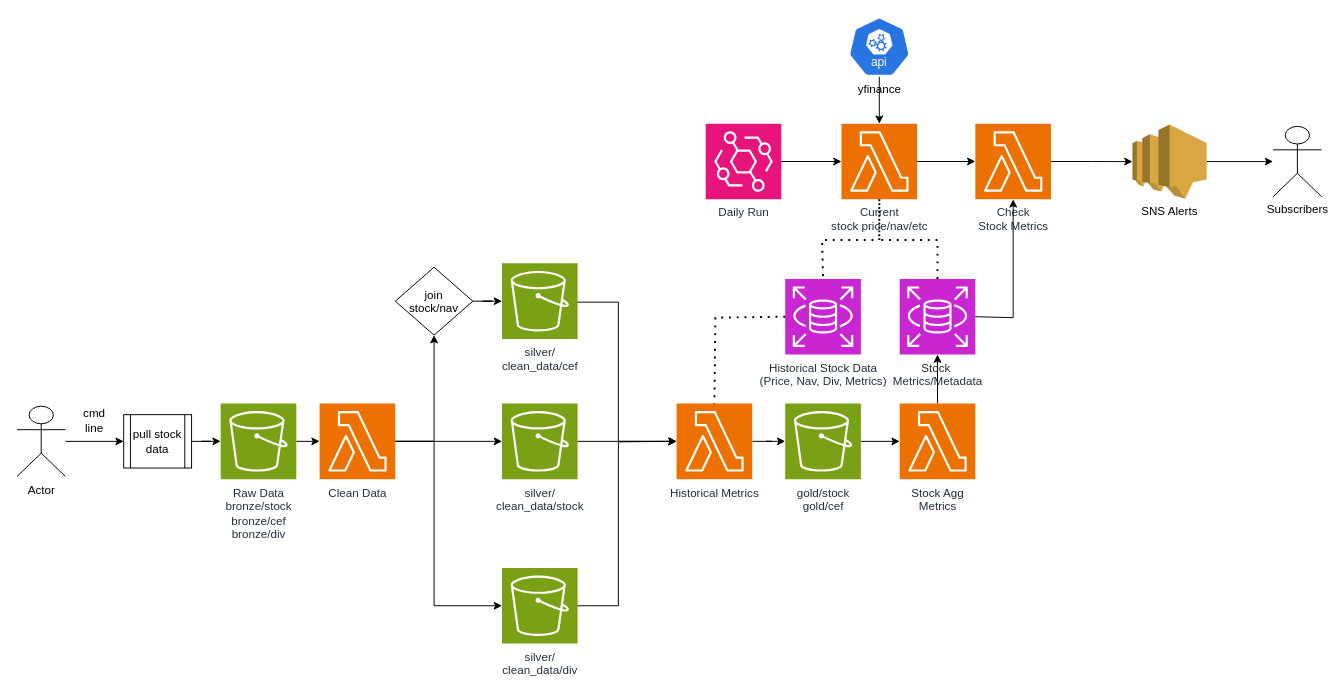
Before: docs/stock_tracker_overview.drawio in sseamonds/stock_data_tracker, a draw.io diagram. Source tidied: cells renumbered, new cells numbered last; positions are measured from the earlier drawing's top-left corner, leaving out a move shared by most shapes. Both pictures are drawn from the tidied source at 97%, with x=0, y=0 at pixel (16, 16).
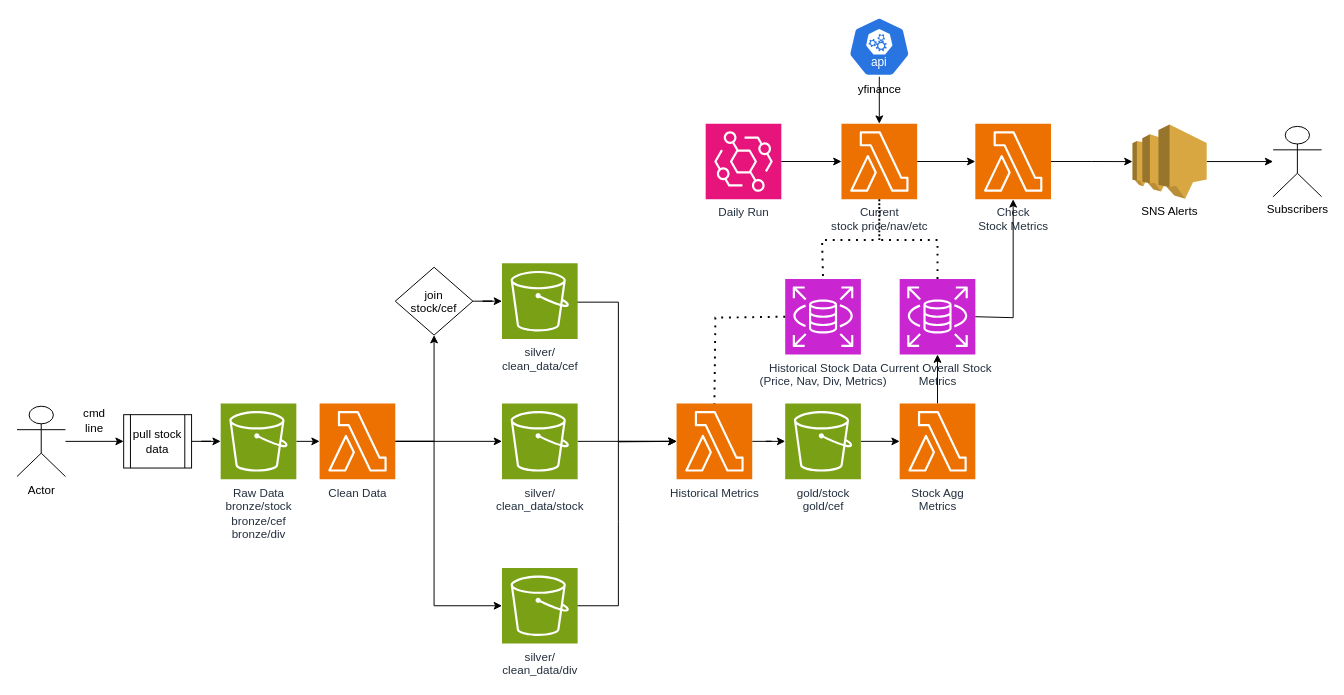
The same page after the edit.

What changed in the source:
```diff
@@
-    <mxCell id="13" value="Stock&amp;nbsp;&lt;div&gt;Metrics/Metadata&lt;/div&gt;" style="sketch=0;points=[[0,0,0],[0.25,0,0],[0.5,0,0],[0.75,0,0],[1,0,0],[0,1,0],[0.25,1,0],[0.5,1,0],[0.75,1,0],[1,1,0],[0,0.25,0],[0,0.5,0],[0,0.75,0],[1,0.25,0],[1,0.5,0],[1,0.75,0]];outlineConnect=0;fontColor=#232F3E;fillColor=#C925D1;strokeColor=#ffffff;dashed=0;verticalLabelPosition=bottom;verticalAlign=top;align=center;html=1;fontSize=12;fontStyle=0;shape=mxgraph.aws4.resourceIcon;resIcon=mxgraph.aws4.rds;" parent="1" vertex="1">
+    <mxCell id="13" value="Current Overall Stock&amp;nbsp;&lt;div&gt;Metrics&lt;/div&gt;" style="sketch=0;points=[[0,0,0],[0.25,0,0],[0.5,0,0],[0.75,0,0],[1,0,0],[0,1,0],[0.25,1,0],[0.5,1,0],[0.75,1,0],[1,1,0],[0,0.25,0],[0,0.5,0],[0,0.75,0],[1,0.25,0],[1,0.5,0],[1,0.75,0]];outlineConnect=0;fontColor=#232F3E;fillColor=#C925D1;strokeColor=#ffffff;dashed=0;verticalLabelPosition=bottom;verticalAlign=top;align=center;html=1;fontSize=12;fontStyle=0;shape=mxgraph.aws4.resourceIcon;resIcon=mxgraph.aws4.rds;" parent="1" vertex="1">
       <mxGeometry x="910" y="270" width="78" height="78" as="geometry" />
     </mxCell>
@@
-    <mxCell id="21" value="join&#10;stock/nav" style="rhombus;" parent="1" vertex="1">
+    <mxCell id="21" value="join&#10;stock/cef" style="rhombus;" parent="1" vertex="1">
       <mxGeometry x="390" y="258" width="80" height="70" as="geometry" />
     </mxCell>
```
